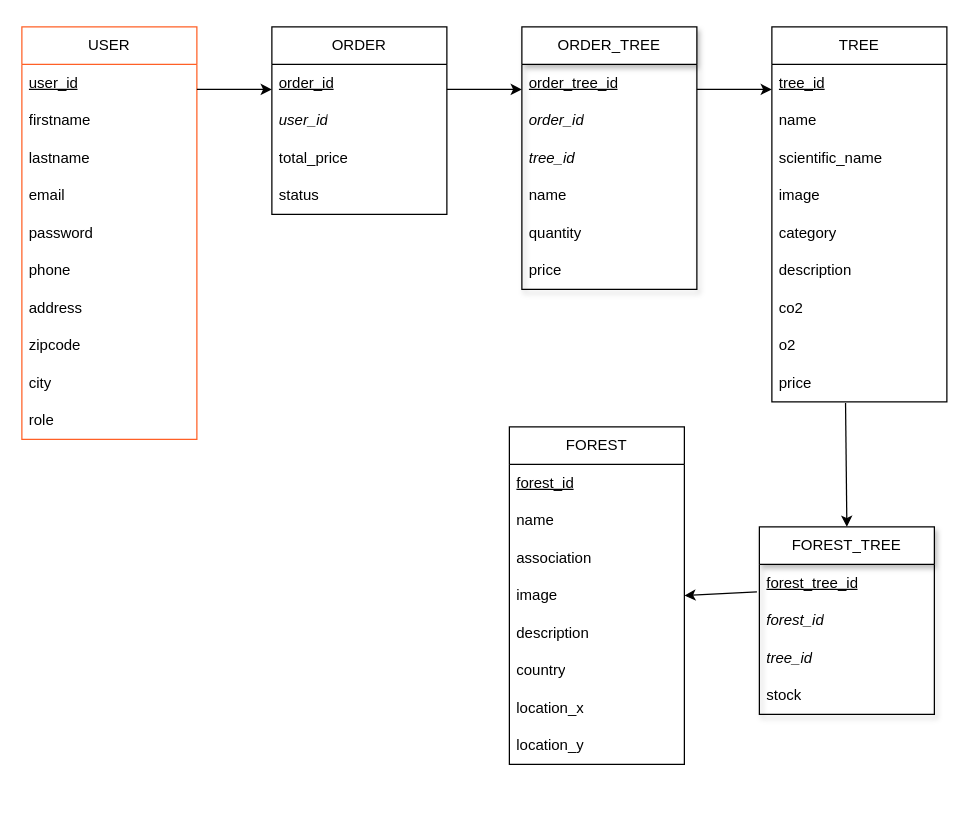
Above: _conception/MLD.drawio in VioletteH/Greenroots-back (draw.io), before the change. Source tidied: cells renumbered, new cells numbered last; positions are measured from the earlier drawing's top-left corner, leaving out a move shared by most shapes. Both pictures are drawn from the tidied source at 125%, with x=0, y=0 at pixel (21, 26).
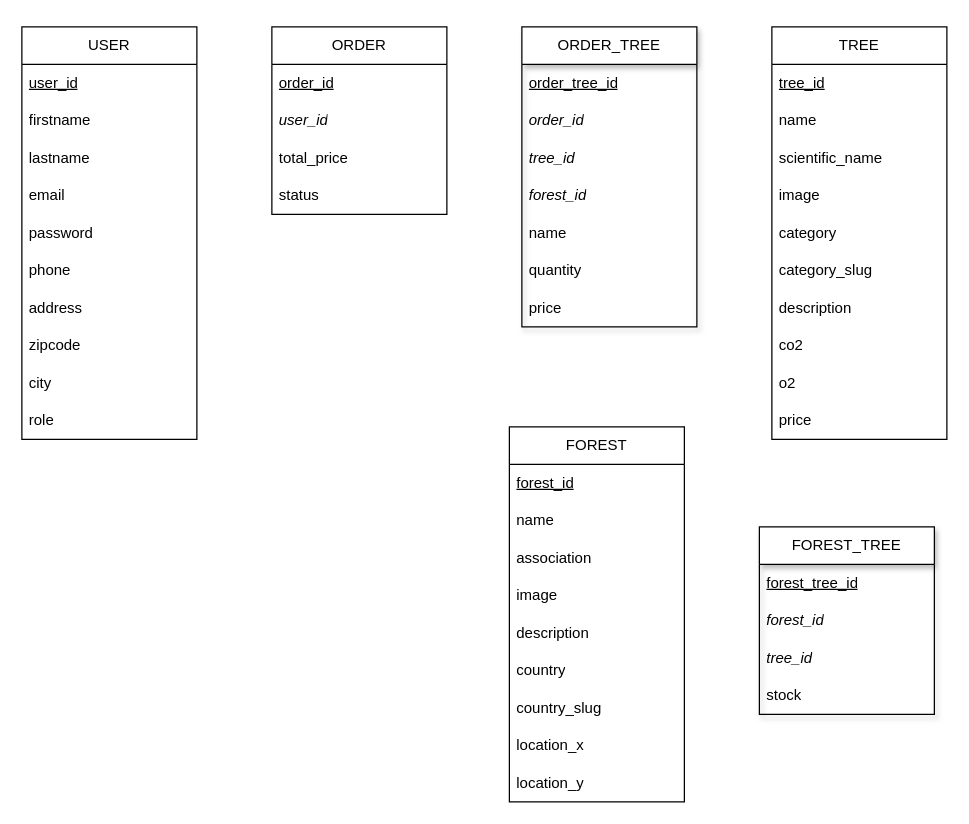
The same page after the edit.

The change refers to these unchanged cells:
```xml
<mxCell id="32" value="&lt;span style=&quot;color: rgb(0, 0, 0); font-style: normal;&quot;&gt;image&lt;/span&gt;" style="text;strokeColor=none;fillColor=none;align=left;verticalAlign=middle;spacingLeft=4;spacingRight=4;overflow=hidden;points=[[0,0.5],[1,0.5]];portConstraint=eastwest;whiteSpace=wrap;html=1;fontStyle=2;" parent="28" vertex="1">
  <mxGeometry y="120" width="140" height="30" as="geometry" />
</mxCell>
<mxCell id="44" value="FOREST_TREE" style="swimlane;fontStyle=0;horizontal=1;startSize=30;whiteSpace=wrap;html=1;strokeColor=#000000;shadow=1;" parent="1" vertex="1">
  <mxGeometry x="590" y="400" width="140" height="150" as="geometry" />
</mxCell>
<mxCell id="45" value="forest_tree_id" style="text;strokeColor=none;fillColor=none;align=left;verticalAlign=middle;spacingLeft=4;spacingRight=4;overflow=hidden;points=[[0,0.5],[1,0.5]];portConstraint=eastwest;whiteSpace=wrap;html=1;fontStyle=4;" parent="44" vertex="1">
  <mxGeometry y="30" width="140" height="30" as="geometry" />
</mxCell>
```

What changed in the source:
```diff
@@
-    <mxCell id="2" value="USER" style="swimlane;fontStyle=0;horizontal=1;startSize=30;whiteSpace=wrap;html=1;strokeColor=#FF6026;" parent="1" vertex="1">
+    <mxCell id="2" value="USER" style="swimlane;fontStyle=0;horizontal=1;startSize=30;whiteSpace=wrap;html=1;strokeColor=#000000;" parent="1" vertex="1">
       <mxGeometry width="140" height="330" as="geometry" />
     </mxCell>
@@
     <mxCell id="18" value="TREE" style="swimlane;fontStyle=0;horizontal=1;startSize=30;whiteSpace=wrap;html=1;strokeColor=#000000;" parent="1" vertex="1">
-      <mxGeometry x="600" width="140" height="300" as="geometry" />
+      <mxGeometry x="600" width="140" height="330" as="geometry" />
     </mxCell>
@@
-    <mxCell id="24" value="&lt;span style=&quot;color: rgb(0, 0, 0);&quot;&gt;description&lt;/span&gt;" style="text;strokeColor=none;fillColor=none;align=left;verticalAlign=middle;spacingLeft=4;spacingRight=4;overflow=hidden;whiteSpace=wrap;html=1;" parent="18" vertex="1">
+    <mxCell id="24" value="&lt;span style=&quot;color: rgb(0, 0, 0);&quot;&gt;category_slug&lt;/span&gt;" style="text;strokeColor=none;fillColor=none;align=left;verticalAlign=middle;spacingLeft=4;spacingRight=4;overflow=hidden;whiteSpace=wrap;html=1;" parent="18" vertex="1">
       <mxGeometry y="180" width="140" height="30" as="geometry" />
     </mxCell>
-    <mxCell id="25" value="&lt;span style=&quot;color: rgb(0, 0, 0);&quot;&gt;co2&lt;/span&gt;" style="text;strokeColor=none;fillColor=none;align=left;verticalAlign=middle;spacingLeft=4;spacingRight=4;overflow=hidden;whiteSpace=wrap;html=1;" parent="18" vertex="1">
+    <mxCell id="25" value="&lt;span style=&quot;color: rgb(0, 0, 0);&quot;&gt;description&lt;/span&gt;" style="text;strokeColor=none;fillColor=none;align=left;verticalAlign=middle;spacingLeft=4;spacingRight=4;overflow=hidden;whiteSpace=wrap;html=1;" parent="18" vertex="1">
       <mxGeometry y="210" width="140" height="30" as="geometry" />
     </mxCell>
-    <mxCell id="26" value="&lt;span style=&quot;color: rgb(0, 0, 0);&quot;&gt;o2&lt;/span&gt;" style="text;strokeColor=none;fillColor=none;align=left;verticalAlign=middle;spacingLeft=4;spacingRight=4;overflow=hidden;whiteSpace=wrap;html=1;" parent="18" vertex="1">
+    <mxCell id="26" value="&lt;span style=&quot;color: rgb(0, 0, 0);&quot;&gt;co2&lt;/span&gt;" style="text;strokeColor=none;fillColor=none;align=left;verticalAlign=middle;spacingLeft=4;spacingRight=4;overflow=hidden;whiteSpace=wrap;html=1;" parent="18" vertex="1">
       <mxGeometry y="240" width="140" height="30" as="geometry" />
     </mxCell>
-    <mxCell id="27" value="&lt;span style=&quot;color: rgb(0, 0, 0);&quot;&gt;price&lt;/span&gt;" style="text;strokeColor=none;fillColor=none;align=left;verticalAlign=middle;spacingLeft=4;spacingRight=4;overflow=hidden;points=[[0,0.5],[1,0.5]];portConstraint=eastwest;whiteSpace=wrap;html=1;" parent="18" vertex="1">
+    <mxCell id="27" value="&lt;span style=&quot;color: rgb(0, 0, 0);&quot;&gt;o2&lt;/span&gt;" style="text;strokeColor=none;fillColor=none;align=left;verticalAlign=middle;spacingLeft=4;spacingRight=4;overflow=hidden;points=[[0,0.5],[1,0.5]];portConstraint=eastwest;whiteSpace=wrap;html=1;" parent="18" vertex="1">
       <mxGeometry y="270" width="140" height="30" as="geometry" />
     </mxCell>
+    <mxCell id="54" value="&lt;span style=&quot;color: rgb(0, 0, 0);&quot;&gt;price&lt;/span&gt;" style="text;strokeColor=none;fillColor=none;align=left;verticalAlign=middle;spacingLeft=4;spacingRight=4;overflow=hidden;whiteSpace=wrap;html=1;" parent="18" vertex="1">
+      <mxGeometry y="300" width="140" height="30" as="geometry" />
+    </mxCell>
     <mxCell id="28" value="FOREST" style="swimlane;fontStyle=0;horizontal=1;startSize=30;whiteSpace=wrap;html=1;strokeColor=#000000;" parent="1" vertex="1">
-      <mxGeometry x="390" y="320" width="140" height="270" as="geometry" />
+      <mxGeometry x="390" y="320" width="140" height="300" as="geometry" />
     </mxCell>
@@
-    <mxCell id="35" value="&lt;span style=&quot;color: rgb(0, 0, 0); font-style: normal;&quot;&gt;location_x&lt;/span&gt;" style="text;strokeColor=none;fillColor=none;align=left;verticalAlign=middle;spacingLeft=4;spacingRight=4;overflow=hidden;whiteSpace=wrap;html=1;fontStyle=2;" parent="28" vertex="1">
+    <mxCell id="35" value="&lt;span style=&quot;color: rgb(0, 0, 0); font-style: normal;&quot;&gt;country_slug&lt;/span&gt;" style="text;strokeColor=none;fillColor=none;align=left;verticalAlign=middle;spacingLeft=4;spacingRight=4;overflow=hidden;whiteSpace=wrap;html=1;fontStyle=2;" parent="28" vertex="1">
       <mxGeometry y="210" width="140" height="30" as="geometry" />
     </mxCell>
-    <mxCell id="36" value="&lt;span style=&quot;color: rgb(0, 0, 0);&quot;&gt;location_y&lt;/span&gt;" style="text;strokeColor=none;fillColor=none;align=left;verticalAlign=middle;spacingLeft=4;spacingRight=4;overflow=hidden;whiteSpace=wrap;html=1;" parent="28" vertex="1">
+    <mxCell id="36" value="&lt;span style=&quot;color: rgb(0, 0, 0);&quot;&gt;location_x&lt;/span&gt;" style="text;strokeColor=none;fillColor=none;align=left;verticalAlign=middle;spacingLeft=4;spacingRight=4;overflow=hidden;whiteSpace=wrap;html=1;" parent="28" vertex="1">
       <mxGeometry y="240" width="140" height="30" as="geometry" />
     </mxCell>
+    <mxCell id="55" value="&lt;span style=&quot;color: rgb(0, 0, 0);&quot;&gt;location_y&lt;/span&gt;" style="text;strokeColor=none;fillColor=none;align=left;verticalAlign=middle;spacingLeft=4;spacingRight=4;overflow=hidden;whiteSpace=wrap;html=1;" parent="28" vertex="1">
+      <mxGeometry y="270" width="140" height="30" as="geometry" />
+    </mxCell>
     <mxCell id="37" value="ORDER_TREE" style="swimlane;fontStyle=0;horizontal=1;startSize=30;whiteSpace=wrap;html=1;strokeColor=#000000;shadow=1;" parent="1" vertex="1">
-      <mxGeometry x="400" width="140" height="210" as="geometry" />
+      <mxGeometry x="400" width="140" height="240" as="geometry" />
     </mxCell>
@@
-    <mxCell id="41" value="&lt;span style=&quot;color: rgb(0, 0, 0); font-style: normal;&quot;&gt;name&lt;/span&gt;" style="text;strokeColor=none;fillColor=none;align=left;verticalAlign=middle;spacingLeft=4;spacingRight=4;overflow=hidden;whiteSpace=wrap;html=1;fontStyle=2;" parent="37" vertex="1">
+    <mxCell id="41" value="&lt;span style=&quot;color: rgb(0, 0, 0);&quot;&gt;forest_id&lt;/span&gt;" style="text;strokeColor=none;fillColor=none;align=left;verticalAlign=middle;spacingLeft=4;spacingRight=4;overflow=hidden;whiteSpace=wrap;html=1;fontStyle=2;" parent="37" vertex="1">
       <mxGeometry y="120" width="140" height="30" as="geometry" />
     </mxCell>
-    <mxCell id="42" value="&lt;span style=&quot;color: rgb(0, 0, 0); font-style: normal;&quot;&gt;quantity&lt;/span&gt;" style="text;strokeColor=none;fillColor=none;align=left;verticalAlign=middle;spacingLeft=4;spacingRight=4;overflow=hidden;whiteSpace=wrap;html=1;fontStyle=2;" parent="37" vertex="1">
+    <mxCell id="42" value="&lt;span style=&quot;color: rgb(0, 0, 0); font-style: normal;&quot;&gt;name&lt;/span&gt;" style="text;strokeColor=none;fillColor=none;align=left;verticalAlign=middle;spacingLeft=4;spacingRight=4;overflow=hidden;whiteSpace=wrap;html=1;fontStyle=2;" parent="37" vertex="1">
       <mxGeometry y="150" width="140" height="30" as="geometry" />
     </mxCell>
-    <mxCell id="43" value="&lt;span style=&quot;color: rgb(0, 0, 0); font-style: normal;&quot;&gt;price&lt;/span&gt;" style="text;strokeColor=none;fillColor=none;align=left;verticalAlign=middle;spacingLeft=4;spacingRight=4;overflow=hidden;whiteSpace=wrap;html=1;fontStyle=2;" parent="37" vertex="1">
+    <mxCell id="43" value="&lt;span style=&quot;color: rgb(0, 0, 0); font-style: normal;&quot;&gt;quantity&lt;/span&gt;" style="text;strokeColor=none;fillColor=none;align=left;verticalAlign=middle;spacingLeft=4;spacingRight=4;overflow=hidden;whiteSpace=wrap;html=1;fontStyle=2;" parent="37" vertex="1">
       <mxGeometry y="180" width="140" height="30" as="geometry" />
     </mxCell>
+    <mxCell id="56" value="&lt;span style=&quot;color: rgb(0, 0, 0); font-style: normal;&quot;&gt;price&lt;/span&gt;" style="text;strokeColor=none;fillColor=none;align=left;verticalAlign=middle;spacingLeft=4;spacingRight=4;overflow=hidden;whiteSpace=wrap;html=1;fontStyle=2;" parent="37" vertex="1">
+      <mxGeometry y="210" width="140" height="30" as="geometry" />
+    </mxCell>
@@
-    <mxCell id="49" style="endArrow=classic;html=1;exitX=1;exitY=0.5;exitDx=0;exitDy=0;entryX=0;entryY=0.5;entryDx=0;entryDy=0;" parent="1" edge="1">
-      <mxGeometry relative="1" as="geometry">
-        <mxPoint x="140" y="50" as="sourcePoint" />
-        <mxPoint x="200" y="50" as="targetPoint" />
-      </mxGeometry>
-    </mxCell>
-    <mxCell id="50" style="endArrow=classic;html=1;exitX=1;exitY=0.5;exitDx=0;exitDy=0;entryX=0;entryY=0.5;entryDx=0;entryDy=0;" parent="1" edge="1">
-      <mxGeometry relative="1" as="geometry">
-        <mxPoint x="340" y="50" as="sourcePoint" />
-        <mxPoint x="400" y="50" as="targetPoint" />
-        <Array as="points">
-          <mxPoint x="380" y="50" />
-        </Array>
-      </mxGeometry>
-    </mxCell>
-    <mxCell id="51" style="endArrow=classic;html=1;exitX=1;exitY=0.5;exitDx=0;exitDy=0;entryX=0;entryY=0.5;entryDx=0;entryDy=0;" parent="1" edge="1">
-      <mxGeometry relative="1" as="geometry">
-        <mxPoint x="540" y="50" as="sourcePoint" />
-        <mxPoint x="600" y="50" as="targetPoint" />
-        <Array as="points">
-          <mxPoint x="580" y="50" />
-        </Array>
-      </mxGeometry>
-    </mxCell>
-    <mxCell id="52" style="endArrow=classic;html=1;exitX=0.421;exitY=1.033;exitDx=0;exitDy=0;entryX=0.5;entryY=0;entryDx=0;entryDy=0;exitPerimeter=0;" parent="1" edge="1" source="27" target="44">
-      <mxGeometry relative="1" as="geometry" />
-    </mxCell>
-    <mxCell id="53" style="endArrow=classic;html=1;exitX=-0.014;exitY=0.733;exitDx=0;exitDy=0;exitPerimeter=0;entryX=1;entryY=0.5;entryDx=0;entryDy=0;" parent="1" edge="1" source="45" target="32">
-      <mxGeometry relative="1" as="geometry" />
-    </mxCell>
```
